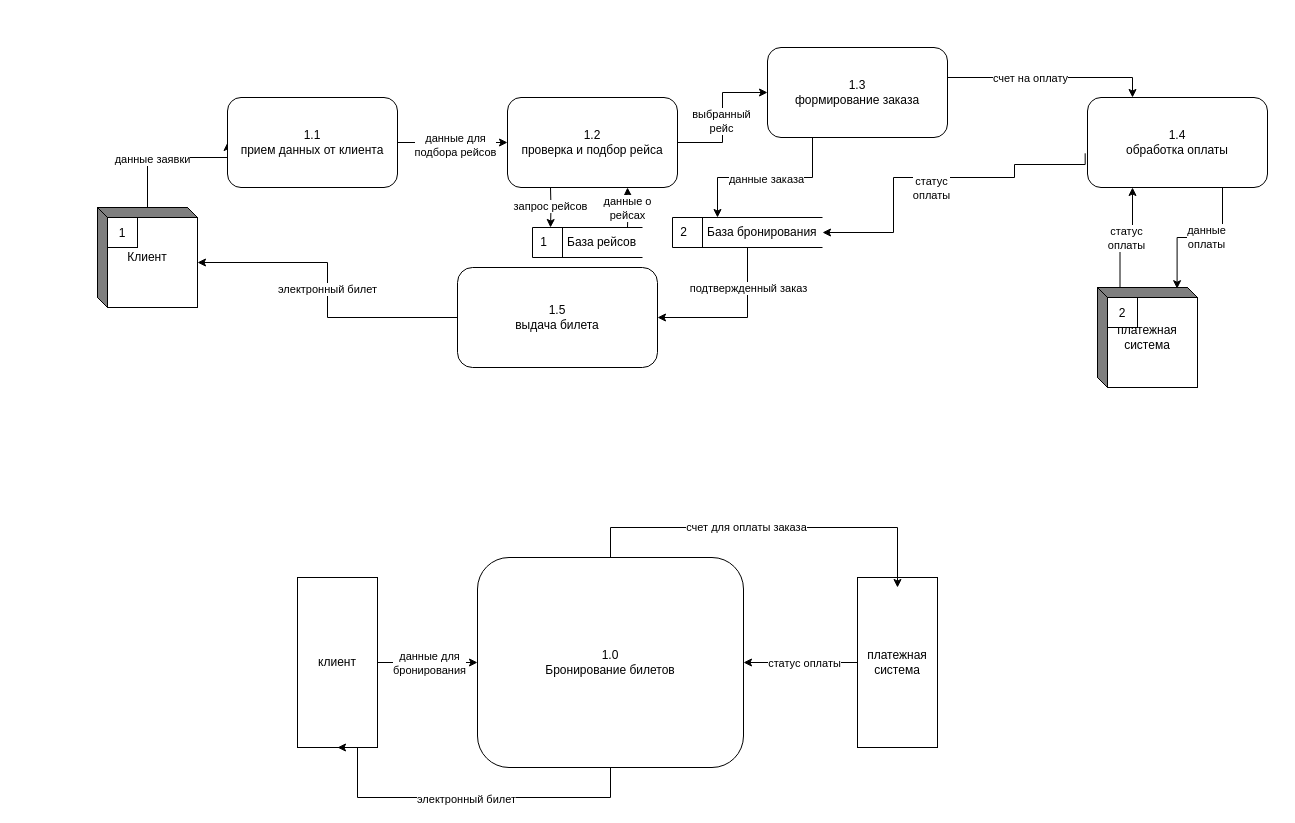
Above: DFD.drawio in Jurwa1/coursework (draw.io), before the change. Source tidied: cells renumbered, new cells numbered last; positions are measured from the earlier drawing's top-left corner, leaving out a move shared by most shapes. Both pictures are drawn from the tidied source at 100%, with x=0, y=0 at pixel (97, 47).
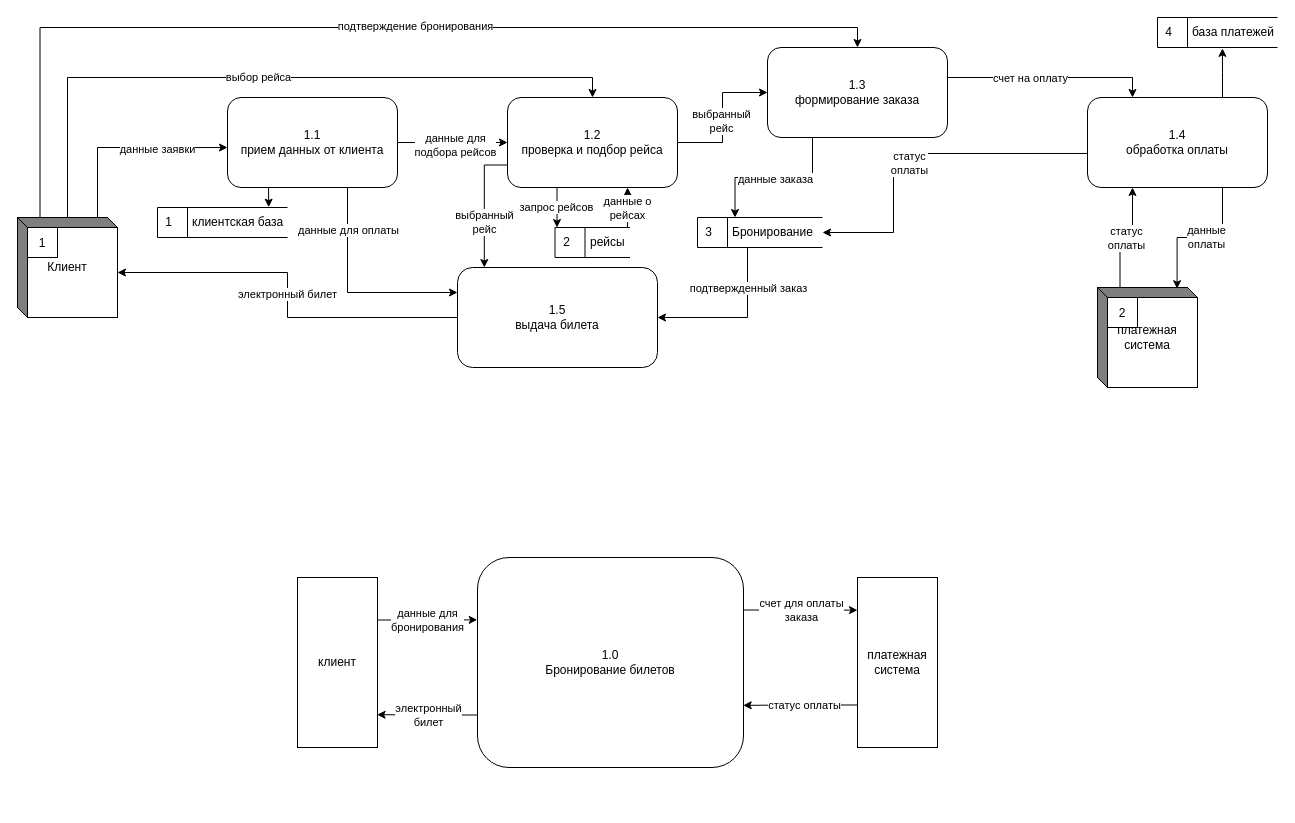
The same page after the edit.

Unchanged cells that the change refers to:
```xml
<mxCell id="14" value="&lt;div&gt;&lt;span style=&quot;background-color: transparent; color: light-dark(rgb(0, 0, 0), rgb(255, 255, 255));&quot;&gt;1.1&lt;/span&gt;&lt;/div&gt;прием данных от клиента" style="rounded=1;whiteSpace=wrap;html=1;" parent="1" vertex="1">
  <mxGeometry x="130" y="50" width="170" height="90" as="geometry" />
</mxCell>
<mxCell id="19" value="&lt;div&gt;1.2&lt;/div&gt;проверка и подбор рейса" style="rounded=1;whiteSpace=wrap;html=1;" parent="1" vertex="1">
  <mxGeometry x="410" y="50" width="170" height="90" as="geometry" />
</mxCell>
<mxCell id="22" value="&lt;div&gt;1.3&lt;/div&gt;формирование заказа" style="rounded=1;whiteSpace=wrap;html=1;" parent="1" vertex="1">
  <mxGeometry x="670" width="180" height="90" as="geometry" />
</mxCell>
<mxCell id="23" value="&lt;div&gt;1.4&lt;/div&gt;обработка оплаты" style="rounded=1;whiteSpace=wrap;html=1;" parent="1" vertex="1">
  <mxGeometry x="990" y="50" width="180" height="90" as="geometry" />
</mxCell>
<mxCell id="26" value="&lt;div&gt;&lt;span style=&quot;background-color: transparent; color: light-dark(rgb(0, 0, 0), rgb(255, 255, 255));&quot;&gt;1.5&lt;/span&gt;&lt;/div&gt;&lt;div&gt;выдача билета&lt;/div&gt;" style="rounded=1;whiteSpace=wrap;html=1;" parent="1" vertex="1">
  <mxGeometry x="360" y="220" width="200" height="100" as="geometry" />
</mxCell>
<mxCell id="37" value="клиент" style="html=1;dashed=0;whiteSpace=wrap;" parent="1" vertex="1">
  <mxGeometry x="200" y="530" width="80" height="170" as="geometry" />
</mxCell>
```

Change to the diagram source:
```diff
@@
-    <mxCell id="2" style="edgeStyle=orthogonalEdgeStyle;rounded=0;jettySize=auto;html=1;entryX=0;entryY=0.5;entryDx=0;entryDy=0;" parent="1" edge="1" source="4" target="14">
+    <mxCell id="2" style="edgeStyle=orthogonalEdgeStyle;rounded=0;jettySize=auto;html=1;entryX=0;entryY=0.556;entryDx=0;entryDy=0;entryPerimeter=0;" parent="1" edge="1" source="4" target="14">
       <mxGeometry relative="1" as="geometry">
         <Array as="points">
-          <mxPoint x="50" y="110" />
+          <mxPoint y="100" />
         </Array>
       </mxGeometry>
     </mxCell>
     <mxCell id="3" value="данные заявки" style="edgeLabel;html=1;align=center;verticalAlign=middle;" parent="2" vertex="1">
-      <mxGeometry x="-0.26" y="-1" relative="1" as="geometry" />
+      <mxGeometry x="-0.26" y="-1" relative="1" as="geometry">
+        <mxPoint x="56" as="offset" />
+      </mxGeometry>
     </mxCell>
+    <mxCell id="48" style="edgeStyle=orthogonalEdgeStyle;rounded=0;jettySize=auto;html=1;exitX=0;exitY=0;exitDx=45;exitDy=0;exitPerimeter=0;entryX=0.5;entryY=0;entryDx=0;entryDy=0;" parent="1" edge="1" source="4" target="19">
+      <mxGeometry relative="1" as="geometry">
+        <Array as="points">
+          <mxPoint x="-30" y="170" />
+          <mxPoint x="-30" y="30" />
+          <mxPoint x="495" y="30" />
+        </Array>
+      </mxGeometry>
+    </mxCell>
+    <mxCell id="49" value="выбор рейса" style="edgeLabel;html=1;align=center;verticalAlign=middle;" parent="48" vertex="1">
+      <mxGeometry x="-0.38" y="1" relative="1" as="geometry">
+        <mxPoint x="121" as="offset" />
+      </mxGeometry>
+    </mxCell>
+    <mxCell id="50" style="edgeStyle=orthogonalEdgeStyle;rounded=0;jettySize=auto;html=1;exitX=0;exitY=0;exitDx=22.5;exitDy=0;exitPerimeter=0;entryX=0.5;entryY=0;entryDx=0;entryDy=0;" parent="1" edge="1" source="4" target="22">
+      <mxGeometry relative="1" as="geometry" />
+    </mxCell>
+    <mxCell id="51" value="подтверждение бронирования" style="edgeLabel;html=1;align=center;verticalAlign=middle;" parent="50" vertex="1">
+      <mxGeometry x="0.1" y="2" relative="1" as="geometry" />
+    </mxCell>
     <mxCell id="4" value="Клиент" style="html=1;dashed=0;whiteSpace=wrap;shape=mxgraph.dfd.externalEntity;" parent="1" vertex="1">
-      <mxGeometry y="160" width="100" height="100" as="geometry" />
+      <mxGeometry x="-80" y="170" width="100" height="100" as="geometry" />
     </mxCell>
@@
-    <mxCell id="6" style="edgeStyle=orthogonalEdgeStyle;rounded=0;jettySize=auto;html=1;entryX=1;entryY=0.5;entryDx=0;entryDy=0;exitX=-0.013;exitY=0.62;exitDx=0;exitDy=0;exitPerimeter=0;" parent="1" edge="1" source="23" target="30">
+    <mxCell id="6" style="edgeStyle=orthogonalEdgeStyle;rounded=0;jettySize=auto;html=1;entryX=1;entryY=0.5;entryDx=0;entryDy=0;exitX=0.001;exitY=0.622;exitDx=0;exitDy=0;exitPerimeter=0;" parent="1" edge="1" source="23" target="30">
       <mxGeometry relative="1" as="geometry">
         <Array as="points">
-          <mxPoint x="917" y="117" />
-          <mxPoint x="917" y="130" />
-          <mxPoint x="796" y="130" />
+          <mxPoint x="796" y="106" />
           <mxPoint x="796" y="185" />
         </Array>
       </mxGeometry>
     </mxCell>
@@
+    <mxCell id="52" style="edgeStyle=orthogonalEdgeStyle;rounded=0;jettySize=auto;html=1;entryX=0;entryY=0.25;entryDx=0;entryDy=0;" parent="1" edge="1" source="14" target="26">
+      <mxGeometry relative="1" as="geometry">
+        <Array as="points">
+          <mxPoint x="250" y="245" />
+        </Array>
+      </mxGeometry>
+    </mxCell>
+    <mxCell id="53" value="данные для оплаты" style="edgeLabel;html=1;align=center;verticalAlign=middle;" parent="52" vertex="1">
+      <mxGeometry x="-0.61" relative="1" as="geometry" />
+    </mxCell>
@@
     <mxCell id="15" style="edgeStyle=orthogonalEdgeStyle;rounded=0;orthogonalLoop=1;jettySize=auto;html=1;" parent="1" edge="1">
       <mxGeometry relative="1" as="geometry">
-        <mxPoint x="453" y="140" as="sourcePoint" />
-        <mxPoint x="453" y="180" as="targetPoint" />
+        <mxPoint x="459.5" y="140" as="sourcePoint" />
+        <mxPoint x="459.5" y="180" as="targetPoint" />
+        <Array as="points">
+          <mxPoint x="459.5" y="161" />
+          <mxPoint x="460.5" y="161" />
+          <mxPoint x="460.5" y="160" />
+          <mxPoint x="459.5" y="160" />
+        </Array>
       </mxGeometry>
     </mxCell>
@@
-    <mxCell id="27" value="&amp;nbsp;1&amp;nbsp; &amp;nbsp; &amp;nbsp; База рейсов" style="html=1;dashed=0;whiteSpace=wrap;shape=mxgraph.dfd.dataStoreID;align=left;spacingLeft=3;" parent="1" vertex="1">
-      <mxGeometry x="435" y="180" width="110" height="30" as="geometry" />
+    <mxCell id="27" value="&amp;nbsp;2&amp;nbsp; &amp;nbsp; &amp;nbsp; рейсы" style="html=1;dashed=0;whiteSpace=wrap;shape=mxgraph.dfd.dataStoreID;align=left;spacingLeft=3;" parent="1" vertex="1">
+      <mxGeometry x="457.5" y="180" width="75" height="30" as="geometry" />
     </mxCell>
@@
-    <mxCell id="30" value="&amp;nbsp;2&amp;nbsp; &amp;nbsp; &amp;nbsp; База бронирования" style="html=1;dashed=0;whiteSpace=wrap;shape=mxgraph.dfd.dataStoreID;align=left;spacingLeft=3;points=[[0,0],[0.5,0],[1,0],[0,0.5],[1,0.5],[0,1],[0.5,1],[1,1]];" parent="1" vertex="1">
-      <mxGeometry x="575" y="170" width="150" height="30" as="geometry" />
+    <mxCell id="30" value="&amp;nbsp;3&amp;nbsp; &amp;nbsp; &amp;nbsp; Бронирование" style="html=1;dashed=0;whiteSpace=wrap;shape=mxgraph.dfd.dataStoreID;align=left;spacingLeft=3;points=[[0,0],[0.5,0],[1,0],[0,0.5],[1,0.5],[0,1],[0.5,1],[1,1]];" parent="1" vertex="1">
+      <mxGeometry x="600" y="170" width="125" height="30" as="geometry" />
     </mxCell>
@@
-    <mxCell id="35" style="edgeStyle=orthogonalEdgeStyle;rounded=0;jettySize=auto;html=1;entryX=0;entryY=0.5;entryDx=0;entryDy=0;" parent="1" edge="1" source="37" target="47">
-      <mxGeometry relative="1" as="geometry" />
-    </mxCell>
-    <mxCell id="36" value="данные для&lt;div&gt;бронирования&lt;/div&gt;" style="edgeLabel;html=1;align=center;verticalAlign=middle;" parent="35" vertex="1">
-      <mxGeometry x="0.03" y="1" relative="1" as="geometry">
-        <mxPoint x="-1" y="1" as="offset" />
-      </mxGeometry>
-    </mxCell>
@@
+    <mxCell id="42" value="платежная система" style="html=1;dashed=0;whiteSpace=wrap;" parent="1" vertex="1">
+      <mxGeometry x="760" y="530" width="80" height="170" as="geometry" />
+    </mxCell>
+    <mxCell id="47" value="1.0&lt;div&gt;Бронирование билетов&lt;/div&gt;" style="rounded=1;whiteSpace=wrap;html=1;" parent="1" vertex="1">
+      <mxGeometry x="380" y="510" width="266" height="210" as="geometry" />
+    </mxCell>
+    <mxCell id="45" style="edgeStyle=orthogonalEdgeStyle;rounded=0;jettySize=auto;html=1;exitX=0;exitY=0.75;exitDx=0;exitDy=0;entryX=0.995;entryY=0.807;entryDx=0;entryDy=0;entryPerimeter=0;" parent="1" edge="1" source="47" target="37">
+      <mxGeometry relative="1" as="geometry" />
+    </mxCell>
+    <mxCell id="46" value="электронный&lt;div&gt;билет&lt;/div&gt;" style="edgeLabel;html=1;align=center;verticalAlign=middle;" parent="45" vertex="1">
+      <mxGeometry x="-0.01" relative="1" as="geometry" />
+    </mxCell>
+    <mxCell id="35" style="edgeStyle=orthogonalEdgeStyle;rounded=0;jettySize=auto;html=1;exitX=1;exitY=0.25;exitDx=0;exitDy=0;entryX=-0.001;entryY=0.297;entryDx=0;entryDy=0;entryPerimeter=0;" parent="1" edge="1" source="37" target="47">
+      <mxGeometry relative="1" as="geometry" />
+    </mxCell>
+    <mxCell id="36" value="данные для&lt;div&gt;бронирования&lt;/div&gt;" style="edgeLabel;html=1;align=center;verticalAlign=middle;" parent="35" vertex="1">
+      <mxGeometry relative="1" as="geometry" />
+    </mxCell>
-    <mxCell id="40" style="edgeStyle=orthogonalEdgeStyle;rounded=0;jettySize=auto;html=1;entryX=1;entryY=0.5;entryDx=0;entryDy=0;" parent="1" edge="1" source="42" target="47">
+    <mxCell id="40" style="edgeStyle=orthogonalEdgeStyle;rounded=0;jettySize=auto;html=1;exitX=0;exitY=0.75;exitDx=0;exitDy=0;entryX=0.999;entryY=0.704;entryDx=0;entryDy=0;entryPerimeter=0;" parent="1" edge="1" source="42" target="47">
       <mxGeometry relative="1" as="geometry" />
     </mxCell>
     <mxCell id="41" value="статус оплаты" style="edgeLabel;html=1;align=center;verticalAlign=middle;" parent="40" vertex="1">
-      <mxGeometry x="-0.05" y="2" relative="1" as="geometry">
-        <mxPoint y="-2" as="offset" />
-      </mxGeometry>
+      <mxGeometry x="-0.05" relative="1" as="geometry" />
     </mxCell>
-    <mxCell id="42" value="платежная система" style="html=1;dashed=0;whiteSpace=wrap;" parent="1" vertex="1">
-      <mxGeometry x="760" y="530" width="80" height="170" as="geometry" />
-    </mxCell>
-    <mxCell id="43" style="edgeStyle=orthogonalEdgeStyle;rounded=0;jettySize=auto;html=1;" parent="1" edge="1" source="47">
-      <mxGeometry relative="1" as="geometry">
-        <mxPoint x="800" y="540" as="targetPoint" />
-        <Array as="points">
-          <mxPoint x="513" y="480" />
-          <mxPoint x="800" y="480" />
-        </Array>
-      </mxGeometry>
-    </mxCell>
+    <mxCell id="54" style="edgeStyle=orthogonalEdgeStyle;rounded=0;jettySize=auto;html=1;exitX=1;exitY=0.25;exitDx=0;exitDy=0;entryX=0;entryY=0.192;entryDx=0;entryDy=0;entryPerimeter=0;" parent="1" edge="1" source="47" target="42">
+      <mxGeometry relative="1" as="geometry" />
+    </mxCell>
-    <mxCell id="44" value="счет для оплаты заказа" style="edgeLabel;html=1;align=center;verticalAlign=middle;" parent="43" vertex="1">
-      <mxGeometry x="0.02" y="1" relative="1" as="geometry">
-        <mxPoint x="-27" as="offset" />
-      </mxGeometry>
+    <mxCell id="44" value="счет для оплаты&lt;div&gt;заказа&lt;/div&gt;" style="edgeLabel;html=1;align=center;verticalAlign=middle;" parent="54" vertex="1">
+      <mxGeometry x="0.01" relative="1" as="geometry" />
     </mxCell>
-    <mxCell id="45" style="edgeStyle=orthogonalEdgeStyle;rounded=0;jettySize=auto;html=1;entryX=0.5;entryY=1;entryDx=0;entryDy=0;" parent="1" edge="1" source="47" target="37">
-      <mxGeometry relative="1" as="geometry">
-        <Array as="points">
-          <mxPoint x="513" y="750" />
-          <mxPoint x="260" y="750" />
-        </Array>
-      </mxGeometry>
-    </mxCell>
-    <mxCell id="46" value="электронный билет" style="edgeLabel;html=1;align=center;verticalAlign=middle;" parent="45" vertex="1">
-      <mxGeometry x="-0.01" y="1" relative="1" as="geometry" />
-    </mxCell>
-    <mxCell id="47" value="1.0&lt;div&gt;Бронирование билетов&lt;/div&gt;" style="rounded=1;whiteSpace=wrap;html=1;" parent="1" vertex="1">
-      <mxGeometry x="380" y="510" width="266" height="210" as="geometry" />
-    </mxCell>
+    <mxCell id="55" style="edgeStyle=orthogonalEdgeStyle;rounded=0;jettySize=auto;html=1;exitX=0;exitY=0.75;exitDx=0;exitDy=0;entryX=0.134;entryY=0;entryDx=0;entryDy=0;entryPerimeter=0;" parent="1" edge="1" source="19" target="26">
+      <mxGeometry relative="1" as="geometry" />
+    </mxCell>
+    <mxCell id="56" value="выбранный&lt;div&gt;рейс&lt;/div&gt;" style="edgeLabel;html=1;align=center;verticalAlign=middle;" parent="55" vertex="1">
+      <mxGeometry x="0.27" relative="1" as="geometry" />
+    </mxCell>
+    <mxCell id="57" value="&amp;nbsp;1&amp;nbsp; &amp;nbsp; &amp;nbsp; клиентская база" style="html=1;dashed=0;whiteSpace=wrap;shape=mxgraph.dfd.dataStoreID;align=left;spacingLeft=3;points=[[0,0],[0.5,0],[1,0],[0,0.5],[1,0.5],[0,1],[0.5,1],[1,1]];" parent="1" vertex="1">
+      <mxGeometry x="60" y="160" width="130" height="30" as="geometry" />
+    </mxCell>
+    <mxCell id="58" style="edgeStyle=orthogonalEdgeStyle;rounded=0;jettySize=auto;html=1;exitX=0.25;exitY=1;exitDx=0;exitDy=0;entryX=0.855;entryY=-0.011;entryDx=0;entryDy=0;entryPerimeter=0;" parent="1" edge="1" source="14" target="57">
+      <mxGeometry relative="1" as="geometry" />
+    </mxCell>
+    <mxCell id="59" value="&amp;nbsp;4&amp;nbsp; &amp;nbsp; &amp;nbsp; база платежей" style="html=1;dashed=0;whiteSpace=wrap;shape=mxgraph.dfd.dataStoreID;align=left;spacingLeft=3;points=[[0,0],[0.5,0],[1,0],[0,0.5],[1,0.5],[0,1],[0.5,1],[1,1]];" parent="1" vertex="1">
+      <mxGeometry x="1060" y="-30" width="120" height="30" as="geometry" />
+    </mxCell>
+    <mxCell id="60" style="edgeStyle=orthogonalEdgeStyle;rounded=0;jettySize=auto;html=1;exitX=0.75;exitY=0;exitDx=0;exitDy=0;entryX=0.541;entryY=1.029;entryDx=0;entryDy=0;entryPerimeter=0;" parent="1" edge="1" source="23" target="59">
+      <mxGeometry relative="1" as="geometry" />
+    </mxCell>
```
